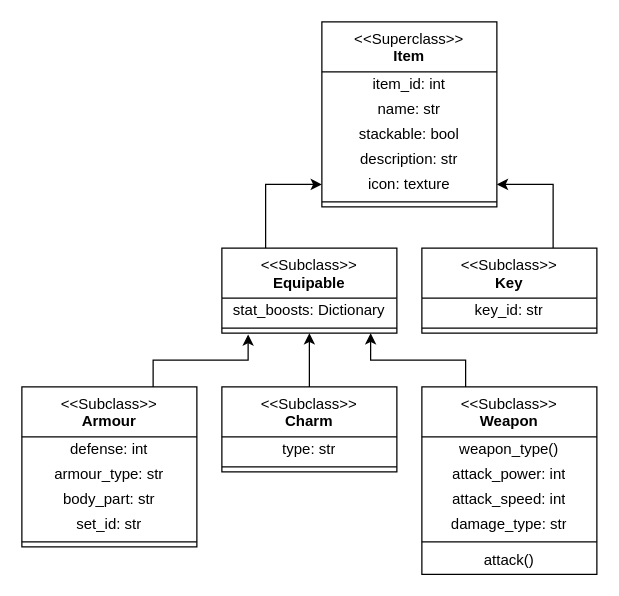
JCSnelson/JSnelson-NEA keeps this draw.io diagram as Documentation/images/design/Item_Class_Diagram.drawio. Above is the earlier version. Source tidied: cells renumbered, new cells numbered last; positions are measured from the earlier drawing's top-left corner, leaving out a move shared by most shapes. Both pictures are drawn from the tidied source at 125%, with x=0, y=0 at pixel (21, 21).
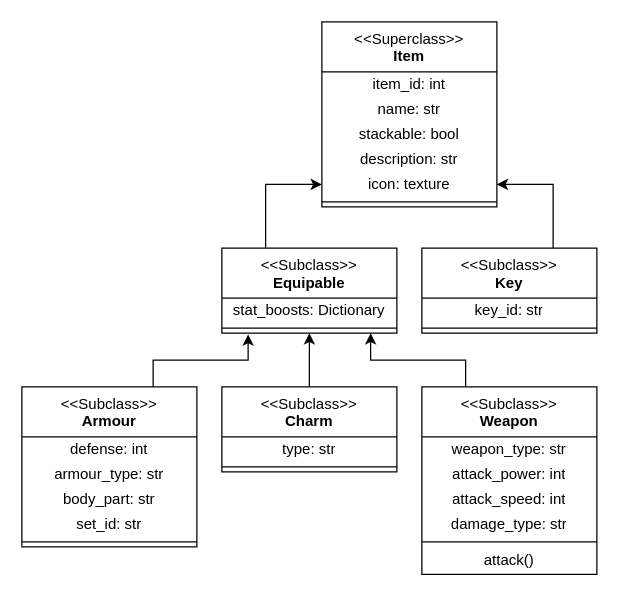
Above is the later version.

Unchanged cells that the change refers to:
```xml
<mxCell id="20" value="&amp;lt;&amp;lt;Subclass&amp;gt;&amp;gt;&lt;br&gt;&lt;b&gt;Weapon&lt;/b&gt;" style="swimlane;fontStyle=0;align=center;verticalAlign=top;horizontal=1;startSize=40;html=1;whiteSpace=wrap;" parent="1" vertex="1">
  <mxGeometry x="320" y="292" width="140" height="150" as="geometry" />
</mxCell>
```

The edit, as a diff of the source:
```diff
@@
-    <mxCell id="21" value="weapon_type()" style="text;html=1;strokeColor=none;fillColor=none;align=center;verticalAlign=middle;spacingLeft=4;spacingRight=4;overflow=hidden;whiteSpace=wrap;" parent="20" vertex="1">
+    <mxCell id="21" value="weapon_type: str" style="text;html=1;strokeColor=none;fillColor=none;align=center;verticalAlign=middle;spacingLeft=4;spacingRight=4;overflow=hidden;whiteSpace=wrap;" parent="20" vertex="1">
       <mxGeometry y="40" width="140" height="20" as="geometry" />
     </mxCell>
```
